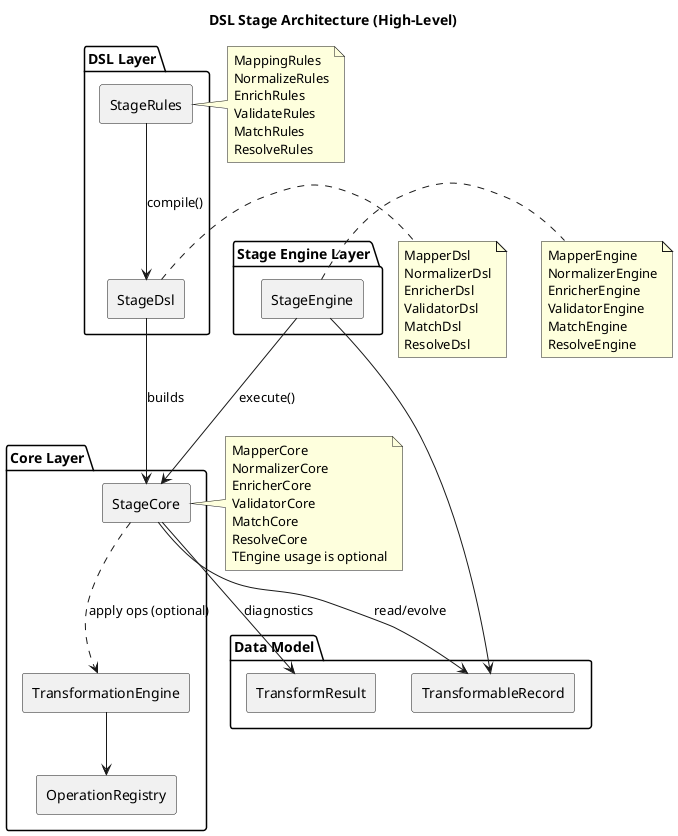
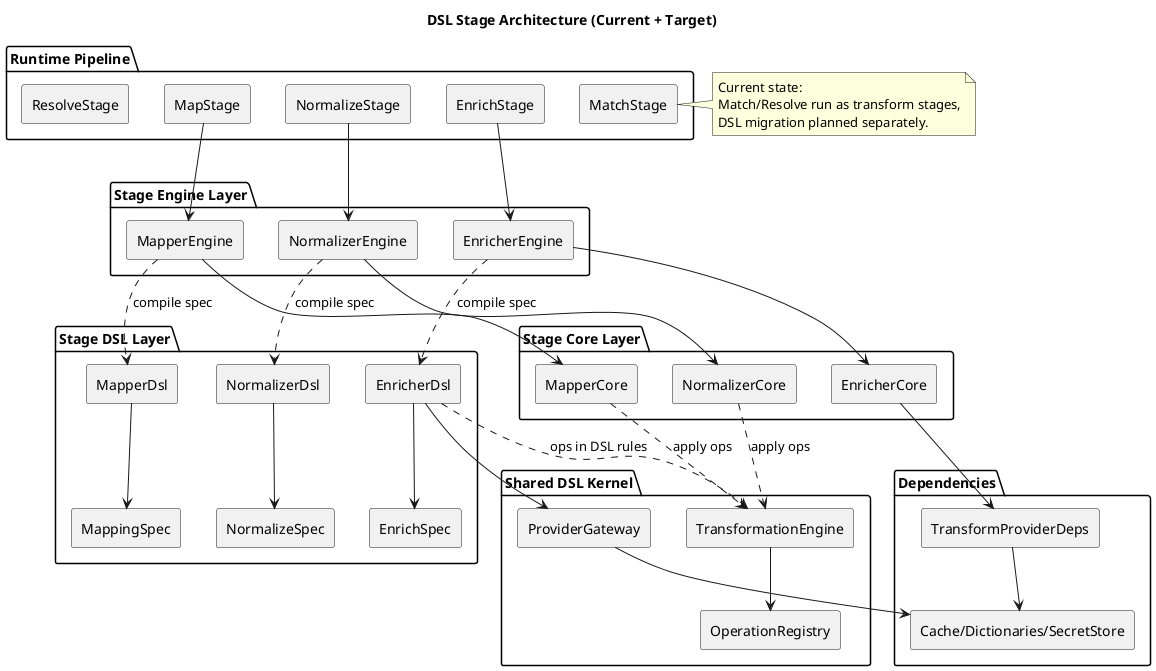
@startuml
- title DSL Stage Architecture (High-Level)
+ title DSL Stage Architecture (Current + Target)

skinparam componentStyle rectangle
+ skinparam defaultFontName Arial

- package "DSL Layer" {
-   [StageRules] as Rules
-   [StageDsl] as Dsl
+ package "Runtime Pipeline" {
+   [MapStage] as MapStage
+   [NormalizeStage] as NormalizeStage
+   [EnrichStage] as EnrichStage
+   [MatchStage] as MatchStage
+   [ResolveStage] as ResolveStage
+ }
+ 
+ package "Stage DSL Layer" {
+   [MappingSpec] as MappingSpec
+   [NormalizeSpec] as NormalizeSpec
+   [EnrichSpec] as EnrichSpec
+ 
+   [MapperDsl] as MapperDsl
+   [NormalizerDsl] as NormalizerDsl
+   [EnricherDsl] as EnricherDsl
}

package "Stage Engine Layer" {
-   [StageEngine] as Engine
+   [MapperEngine] as MapperEngine
+   [NormalizerEngine] as NormalizerEngine
+   [EnricherEngine] as EnricherEngine
}

- package "Core Layer" {
-   [StageCore] as Core
+ package "Stage Core Layer" {
+   [MapperCore] as MapperCore
+   [NormalizerCore] as NormalizerCore
+   [EnricherCore] as EnricherCore
+ }
+ 
+ package "Shared DSL Kernel" {
  [TransformationEngine] as TEngine
  [OperationRegistry] as Registry
+   [ProviderGateway] as ProviderGateway
}

- package "Data Model" {
-   [TransformableRecord] as Record
-   [TransformResult] as Result
+ package "Dependencies" {
+   [TransformProviderDeps] as ProviderDeps
+   [Cache/Dictionaries/SecretStore] as ExternalDeps
}

- Rules --> Dsl : compile()
- Dsl --> Core : builds
- Engine --> Core : execute()
- Engine --> Record
- Core --> Record : read/evolve
- Core --> Result : diagnostics
+ MapStage --> MapperEngine
+ NormalizeStage --> NormalizerEngine
+ EnrichStage --> EnricherEngine

- Core ..> TEngine : apply ops (optional)
+ MapperEngine --> MapperCore
+ NormalizerEngine --> NormalizerCore
+ EnricherEngine --> EnricherCore
+ 
+ MapperEngine ..> MapperDsl : compile spec
+ NormalizerEngine ..> NormalizerDsl : compile spec
+ EnricherEngine ..> EnricherDsl : compile spec
+ 
+ MapperDsl --> MappingSpec
+ NormalizerDsl --> NormalizeSpec
+ EnricherDsl --> EnrichSpec
+ 
+ MapperCore ..> TEngine : apply ops
+ NormalizerCore ..> TEngine : apply ops
+ EnricherDsl ..> TEngine : ops in DSL rules
TEngine --> Registry

- note right of Rules
- MappingRules
- NormalizeRules
- EnrichRules
- ValidateRules
- MatchRules
- ResolveRules
- end note
+ EnricherDsl --> ProviderGateway
+ EnricherCore --> ProviderDeps
+ ProviderDeps --> ExternalDeps
+ ProviderGateway --> ExternalDeps

- note right of Dsl
- MapperDsl
- NormalizerDsl
- EnricherDsl
- ValidatorDsl
- MatchDsl
- ResolveDsl
- end note
- 
- note right of Core
- MapperCore
- NormalizerCore
- EnricherCore
- ValidatorCore
- MatchCore
- ResolveCore
- TEngine usage is optional
- end note
- 
- note right of Engine
- MapperEngine
- NormalizerEngine
- EnricherEngine
- ValidatorEngine
- MatchEngine
- ResolveEngine
+ note right of MatchStage
+ Current state:
+ Match/Resolve run as transform stages,
+ DSL migration planned separately.
end note

@enduml
